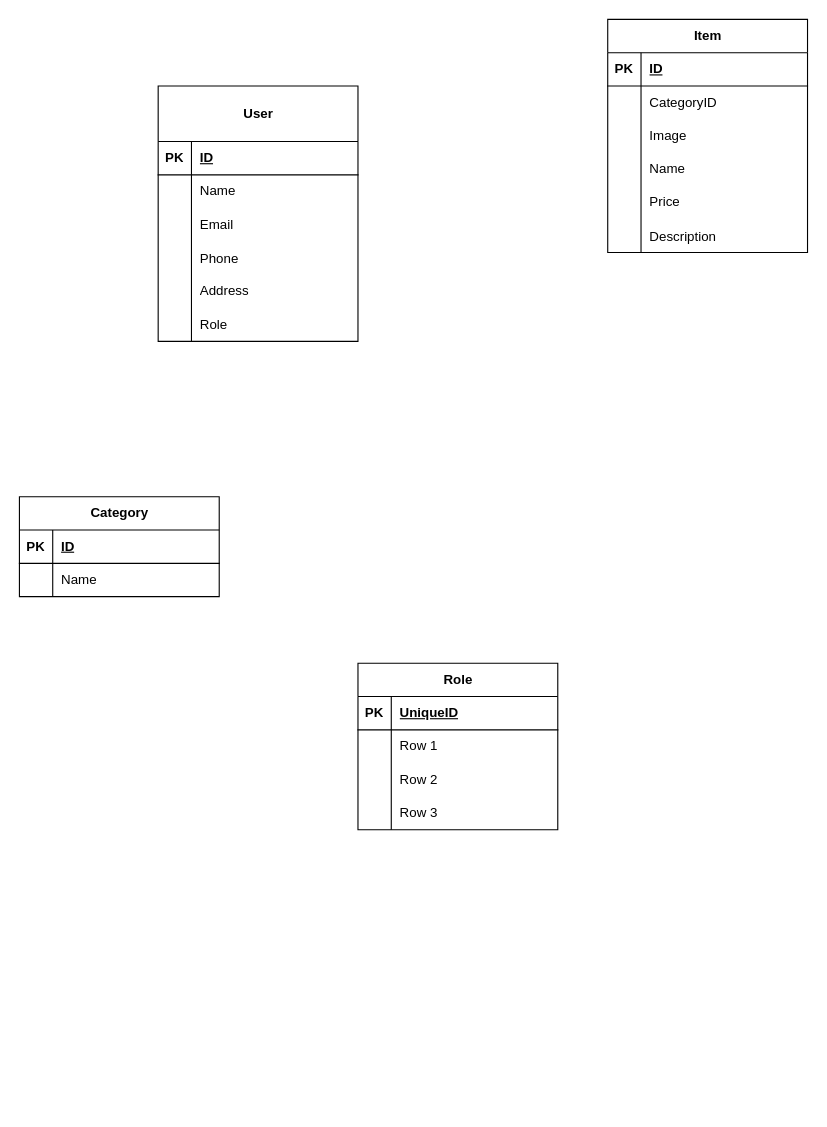
HungGH32/SE1740 keeps this draw.io diagram as ERD/ERD for Assignment.drawio. Above is the earlier version. Source tidied: cells renumbered, new cells numbered last; positions are measured from the earlier drawing's top-left corner, leaving out a move shared by most shapes. Both pictures are drawn from the tidied source at 111%, with x=0, y=0 at pixel (19, 19).
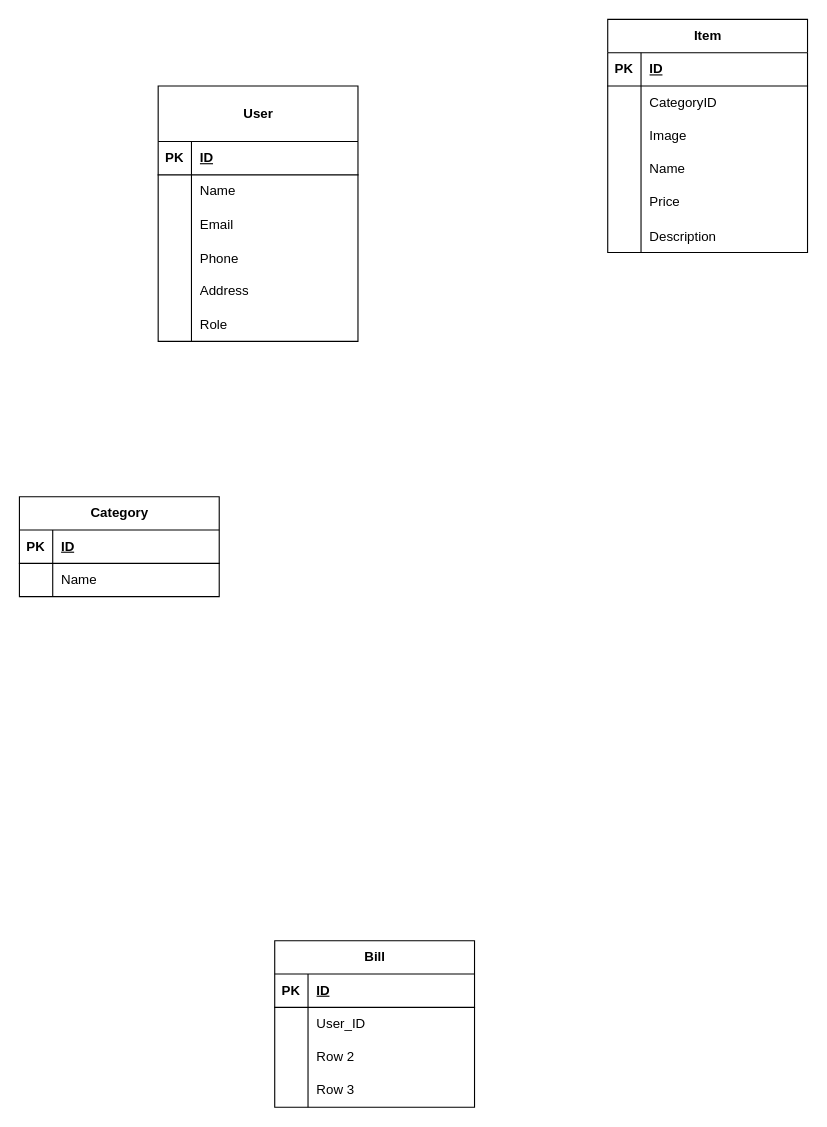
The same page after the edit.

Change to the diagram source:
```diff
@@
-    <mxCell id="47" value="Role" style="shape=table;startSize=30;childLayout=tableLayout;rowLines=0;fontStyle=1;align=center;html=1;" parent="1" vertex="1">
-      <mxGeometry x="305" y="580" width="180" height="150" as="geometry" />
-    </mxCell>
+    <mxCell id="60" value="Bill" style="shape=table;startSize=30;childLayout=tableLayout;rowLines=0;fontStyle=1;align=center;html=1;" parent="1" vertex="1">
+      <mxGeometry x="230" y="830" width="180" height="150" as="geometry" />
+    </mxCell>
-    <mxCell id="48" style="shape=tableRow;horizontal=0;startSize=0;swimlaneHead=0;swimlaneBody=0;fillColor=none;top=0;left=0;right=0;bottom=1;" parent="47" vertex="1">
+    <mxCell id="48" style="shape=tableRow;horizontal=0;startSize=0;swimlaneHead=0;swimlaneBody=0;fillColor=none;top=0;left=0;right=0;bottom=1;" parent="60" vertex="1">
       <mxGeometry y="30" width="180" height="30" as="geometry" />
     </mxCell>
@@
-    <mxCell id="50" value="UniqueID" style="shape=partialRectangle;fillColor=none;top=0;left=0;bottom=0;right=0;align=left;spacingLeft=6;fontStyle=5;overflow=hidden;whiteSpace=wrap;html=1;" parent="48" vertex="1">
-      <mxGeometry x="30" width="150" height="30" as="geometry" />
-    </mxCell>
+    <mxCell id="61" value="ID" style="shape=partialRectangle;fillColor=none;top=0;left=0;bottom=0;right=0;align=left;spacingLeft=6;fontStyle=5;overflow=hidden;whiteSpace=wrap;html=1;" parent="48" vertex="1">
+      <mxGeometry x="30" width="150" height="30" as="geometry" />
+    </mxCell>
-    <mxCell id="51" style="shape=tableRow;horizontal=0;startSize=0;swimlaneHead=0;swimlaneBody=0;fillColor=none;top=0;left=0;right=0;bottom=0;" parent="47" vertex="1">
+    <mxCell id="51" style="shape=tableRow;horizontal=0;startSize=0;swimlaneHead=0;swimlaneBody=0;fillColor=none;top=0;left=0;right=0;bottom=0;" parent="60" vertex="1">
       <mxGeometry y="60" width="180" height="30" as="geometry" />
     </mxCell>
-    <mxCell id="52" style="shape=partialRectangle;fillColor=none;top=0;left=0;bottom=0;right=0;overflow=hidden;whiteSpace=wrap;html=1;" parent="51" vertex="1">
-      <mxGeometry width="30" height="30" as="geometry" />
-    </mxCell>
-    <mxCell id="53" value="Row 1" style="shape=partialRectangle;fillColor=none;top=0;left=0;bottom=0;right=0;align=left;spacingLeft=6;overflow=hidden;whiteSpace=wrap;html=1;" parent="51" vertex="1">
-      <mxGeometry x="30" width="150" height="30" as="geometry" />
-    </mxCell>
+    <mxCell id="62" style="shape=partialRectangle;fillColor=none;top=0;left=0;bottom=0;right=0;overflow=hidden;whiteSpace=wrap;html=1;" parent="51" vertex="1">
+      <mxGeometry width="30" height="30" as="geometry" />
+    </mxCell>
+    <mxCell id="63" value="User_ID" style="shape=partialRectangle;fillColor=none;top=0;left=0;bottom=0;right=0;align=left;spacingLeft=6;overflow=hidden;whiteSpace=wrap;html=1;" parent="51" vertex="1">
+      <mxGeometry x="30" width="150" height="30" as="geometry" />
+    </mxCell>
-    <mxCell id="54" style="shape=tableRow;horizontal=0;startSize=0;swimlaneHead=0;swimlaneBody=0;fillColor=none;top=0;left=0;right=0;bottom=0;" parent="47" vertex="1">
+    <mxCell id="54" style="shape=tableRow;horizontal=0;startSize=0;swimlaneHead=0;swimlaneBody=0;fillColor=none;top=0;left=0;right=0;bottom=0;" parent="60" vertex="1">
       <mxGeometry y="90" width="180" height="30" as="geometry" />
     </mxCell>
-    <mxCell id="55" style="shape=partialRectangle;fillColor=none;top=0;left=0;bottom=0;right=0;overflow=hidden;whiteSpace=wrap;html=1;" parent="54" vertex="1">
-      <mxGeometry width="30" height="30" as="geometry" />
-    </mxCell>
+    <mxCell id="64" style="shape=partialRectangle;fillColor=none;top=0;left=0;bottom=0;right=0;overflow=hidden;whiteSpace=wrap;html=1;" parent="54" vertex="1">
+      <mxGeometry width="30" height="30" as="geometry" />
+    </mxCell>
@@
-    <mxCell id="57" style="shape=tableRow;horizontal=0;startSize=0;swimlaneHead=0;swimlaneBody=0;fillColor=none;top=0;left=0;right=0;bottom=0;" parent="47" vertex="1">
+    <mxCell id="57" style="shape=tableRow;horizontal=0;startSize=0;swimlaneHead=0;swimlaneBody=0;fillColor=none;top=0;left=0;right=0;bottom=0;" parent="60" vertex="1">
       <mxGeometry y="120" width="180" height="30" as="geometry" />
     </mxCell>
-    <mxCell id="58" style="shape=partialRectangle;fillColor=none;top=0;left=0;bottom=0;right=0;overflow=hidden;whiteSpace=wrap;html=1;" parent="57" vertex="1">
-      <mxGeometry width="30" height="30" as="geometry" />
-    </mxCell>
+    <mxCell id="65" style="shape=partialRectangle;fillColor=none;top=0;left=0;bottom=0;right=0;overflow=hidden;whiteSpace=wrap;html=1;" parent="57" vertex="1">
+      <mxGeometry width="30" height="30" as="geometry" />
+    </mxCell>
```
